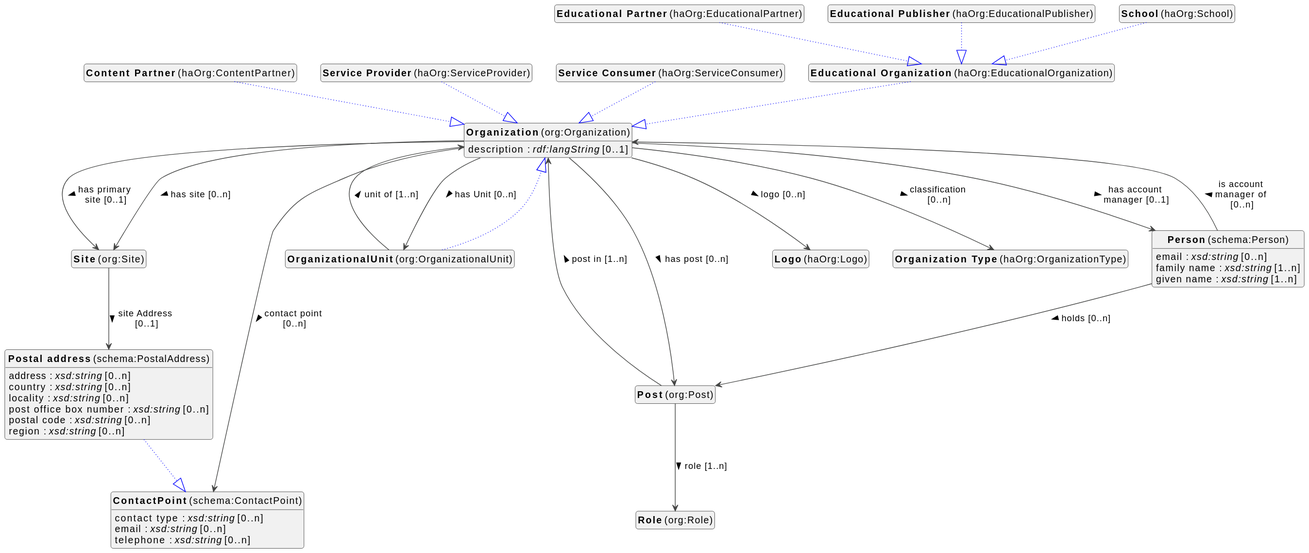
Above: docs/metadata/modellen/0.0.1/organization/en/organization-diagram.svg in viaacode/documentation-jekyll (PlantUML), before the change.
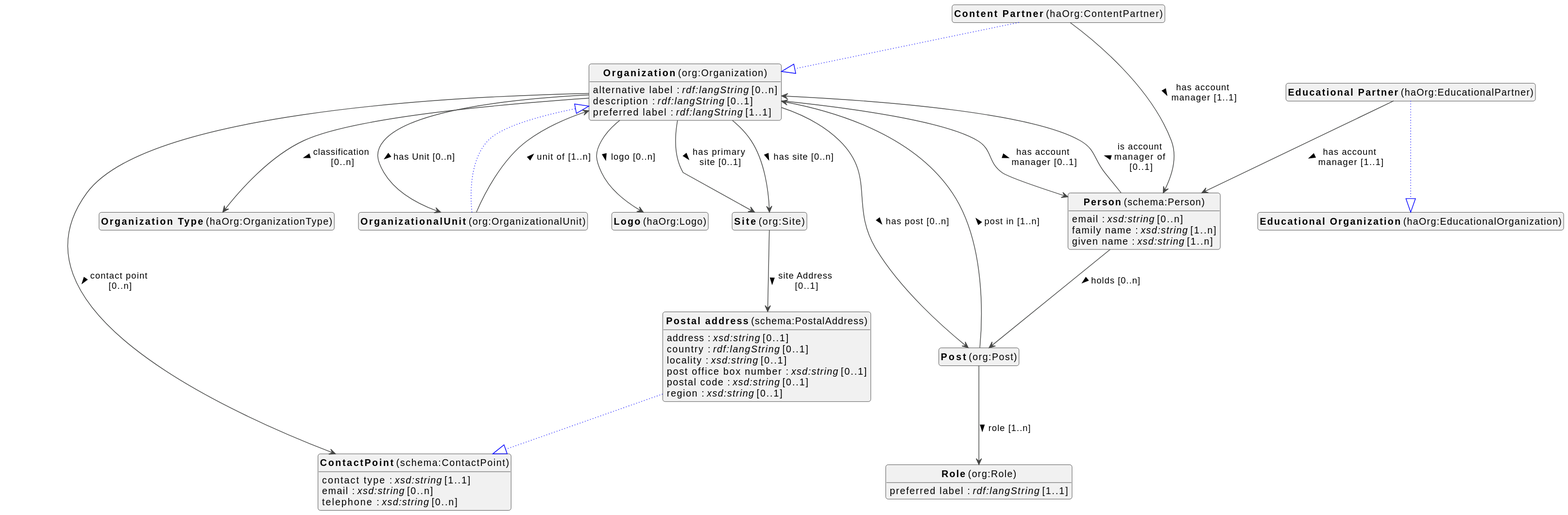
After the change.

Change to the diagram source:
```diff
@@ -13,17 +13,7 @@
 class "<b>Organization</b> (org:Organization)" as org_Organization [[#org%3AOrganization]]
 class "<b>Content Partner</b> (haOrg:ContentPartner)" as haOrg_ContentPartner [[#haOrg%3AContentPartner]]
 class "<b>Organization</b> (org:Organization)" as org_Organization [[#org%3AOrganization]]
-class "<b>Service Provider</b> (haOrg:ServiceProvider)" as haOrg_ServiceProvider [[#haOrg%3AServiceProvider]]
-class "<b>Organization</b> (org:Organization)" as org_Organization [[#org%3AOrganization]]
-class "<b>Service Consumer</b> (haOrg:ServiceConsumer)" as haOrg_ServiceConsumer [[#haOrg%3AServiceConsumer]]
-class "<b>Organization</b> (org:Organization)" as org_Organization [[#org%3AOrganization]]
-class "<b>Educational Organization</b> (haOrg:EducationalOrganization)" as haOrg_EducationalOrganization [[#haOrg%3AEducationalOrganization]]
-class "<b>Organization</b> (org:Organization)" as org_Organization [[#org%3AOrganization]]
 class "<b>Educational Partner</b> (haOrg:EducationalPartner)" as haOrg_EducationalPartner [[#haOrg%3AEducationalPartner]]
-class "<b>Educational Organization</b> (haOrg:EducationalOrganization)" as haOrg_EducationalOrganization [[#haOrg%3AEducationalOrganization]]
-class "<b>Educational Publisher</b> (haOrg:EducationalPublisher)" as haOrg_EducationalPublisher [[#haOrg%3AEducationalPublisher]]
-class "<b>Educational Organization</b> (haOrg:EducationalOrganization)" as haOrg_EducationalOrganization [[#haOrg%3AEducationalOrganization]]
-class "<b>School</b> (haOrg:School)" as haOrg_School [[#haOrg%3ASchool]]
 class "<b>Educational Organization</b> (haOrg:EducationalOrganization)" as haOrg_EducationalOrganization [[#haOrg%3AEducationalOrganization]]
 class "<b>Site</b> (org:Site)" as org_Site [[#org%3ASite]]
 class "<b>Post</b> (org:Post)" as org_Post [[#org%3APost]]
@@ -32,9 +22,11 @@
 class "<b>Postal address</b> (schema:PostalAddress)" as schema_PostalAddress [[#schema%3APostalAddress]]
 class "<b>ContactPoint</b> (schema:ContactPoint)" as schema_ContactPoint [[#schema%3AContactPoint]]
 class "<b>ContactPoint</b> (schema:ContactPoint)" as schema_ContactPoint [[#schema%3AContactPoint]]
+class "<b>Organization Type</b> (haOrg:OrganizationType)" as haOrg_OrganizationType [[#haOrg%3AOrganizationType]]
 class "<b>Logo</b> (haOrg:Logo)" as haOrg_Logo [[#haOrg%3ALogo]]
-class "<b>Organization Type</b> (haOrg:OrganizationType)" as haOrg_OrganizationType [[#haOrg%3AOrganizationType]]
 
+
+org_Organization : alternative label : <i>rdf:langString</i> [0..n]
 
 
 org_Organization --> haOrg_OrganizationType : classification [0..n] >
@@ -55,6 +47,8 @@
 
 
 org_Organization --> haOrg_Logo : logo [0..n] >
+org_Organization : preferred label : <i>rdf:langString</i> [1..1]
+
 
 org_OrganizationalUnit --|> org_Organization #blue;line.dotted;text:blue
 
@@ -64,23 +58,12 @@
 haOrg_ContentPartner --|> org_Organization #blue;line.dotted;text:blue
 
 
-haOrg_ServiceProvider --|> org_Organization #blue;line.dotted;text:blue
-
-
-haOrg_ServiceConsumer --|> org_Organization #blue;line.dotted;text:blue
-
-
-haOrg_EducationalOrganization --|> org_Organization #blue;line.dotted;text:blue
-
+haOrg_ContentPartner --> schema_Person : has account manager [1..1] >
 
 haOrg_EducationalPartner --|> haOrg_EducationalOrganization #blue;line.dotted;text:blue
 
 
-haOrg_EducationalPublisher --|> haOrg_EducationalOrganization #blue;line.dotted;text:blue
-
-
-haOrg_School --|> haOrg_EducationalOrganization #blue;line.dotted;text:blue
-
+haOrg_EducationalPartner --> schema_Person : has account manager [1..1] >
 
 
 
@@ -93,6 +76,8 @@
 org_Post --> org_Role : role [1..n] >
 
 
+org_Role : preferred label : <i>rdf:langString</i> [1..1]
+
 
 
 schema_Person : email : <i>xsd:string</i> [0..n]
@@ -104,25 +89,25 @@
 
 schema_Person --> org_Post : holds [0..n] >
 
-schema_Person --> org_Organization : is account manager of [0..n] >
+schema_Person --> org_Organization : is account manager of [0..1] >
 
 schema_PostalAddress --|> schema_ContactPoint #blue;line.dotted;text:blue
 
-schema_PostalAddress : address : <i>xsd:string</i> [0..n]
+schema_PostalAddress : address : <i>xsd:string</i> [0..1]
 
-schema_PostalAddress : country : <i>xsd:string</i> [0..n]
+schema_PostalAddress : country : <i>rdf:langString</i> [0..1]
 
-schema_PostalAddress : locality : <i>xsd:string</i> [0..n]
+schema_PostalAddress : locality : <i>xsd:string</i> [0..1]
 
-schema_PostalAddress : post office box number : <i>xsd:string</i> [0..n]
+schema_PostalAddress : post office box number : <i>xsd:string</i> [0..1]
 
-schema_PostalAddress : postal code : <i>xsd:string</i> [0..n]
+schema_PostalAddress : postal code : <i>xsd:string</i> [0..1]
 
-schema_PostalAddress : region : <i>xsd:string</i> [0..n]
+schema_PostalAddress : region : <i>xsd:string</i> [0..1]
 
 
 
-schema_ContactPoint : contact type : <i>xsd:string</i> [0..n]
+schema_ContactPoint : contact type : <i>xsd:string</i> [1..1]
 
 schema_ContactPoint : email : <i>xsd:string</i> [0..n]
 
```
